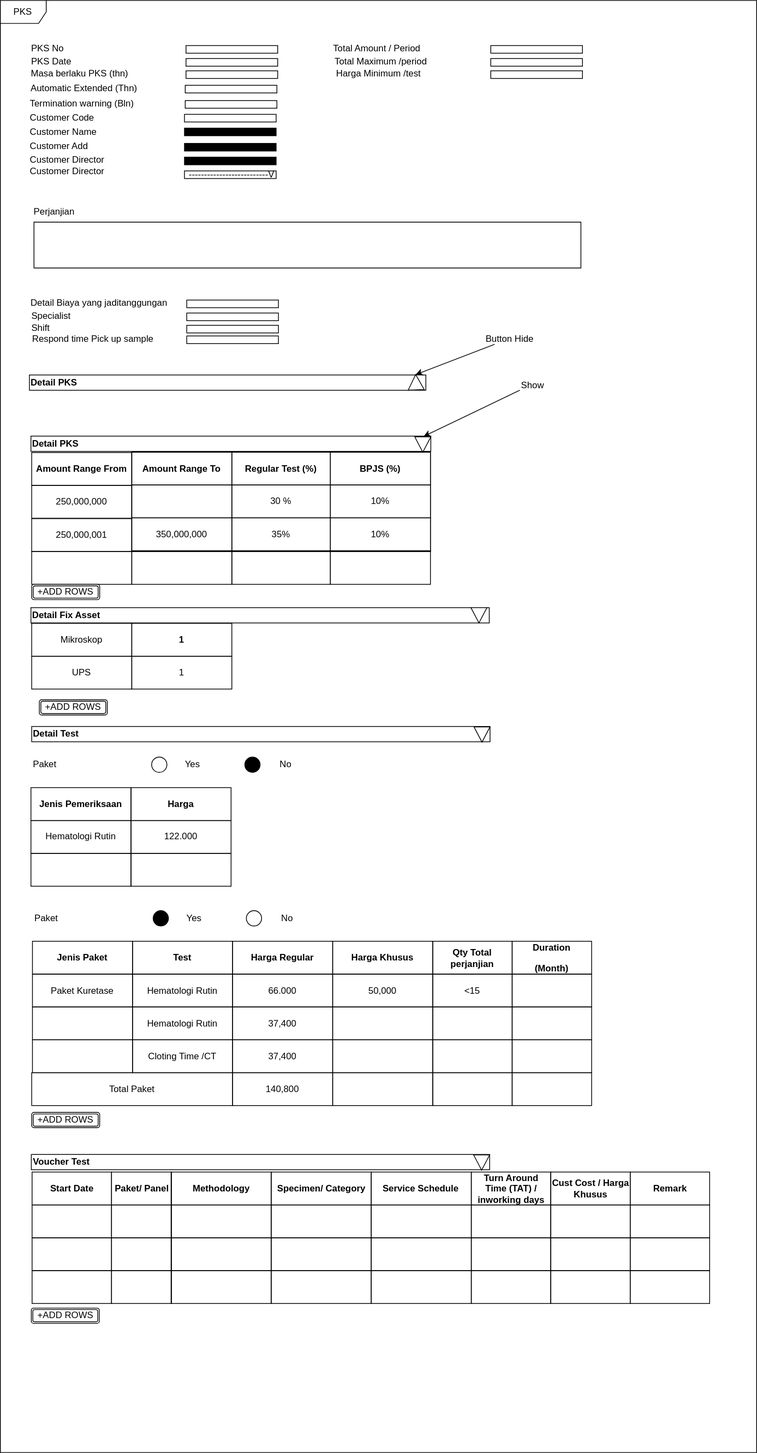
Earlier version of the draw.io export pattern/FSD.svg (riduan-risandi/inno_collection_diagram). Source tidied: cells renumbered, new cells last; positions are measured from the earlier drawing's top-left corner, leaving out a move shared by most shapes.
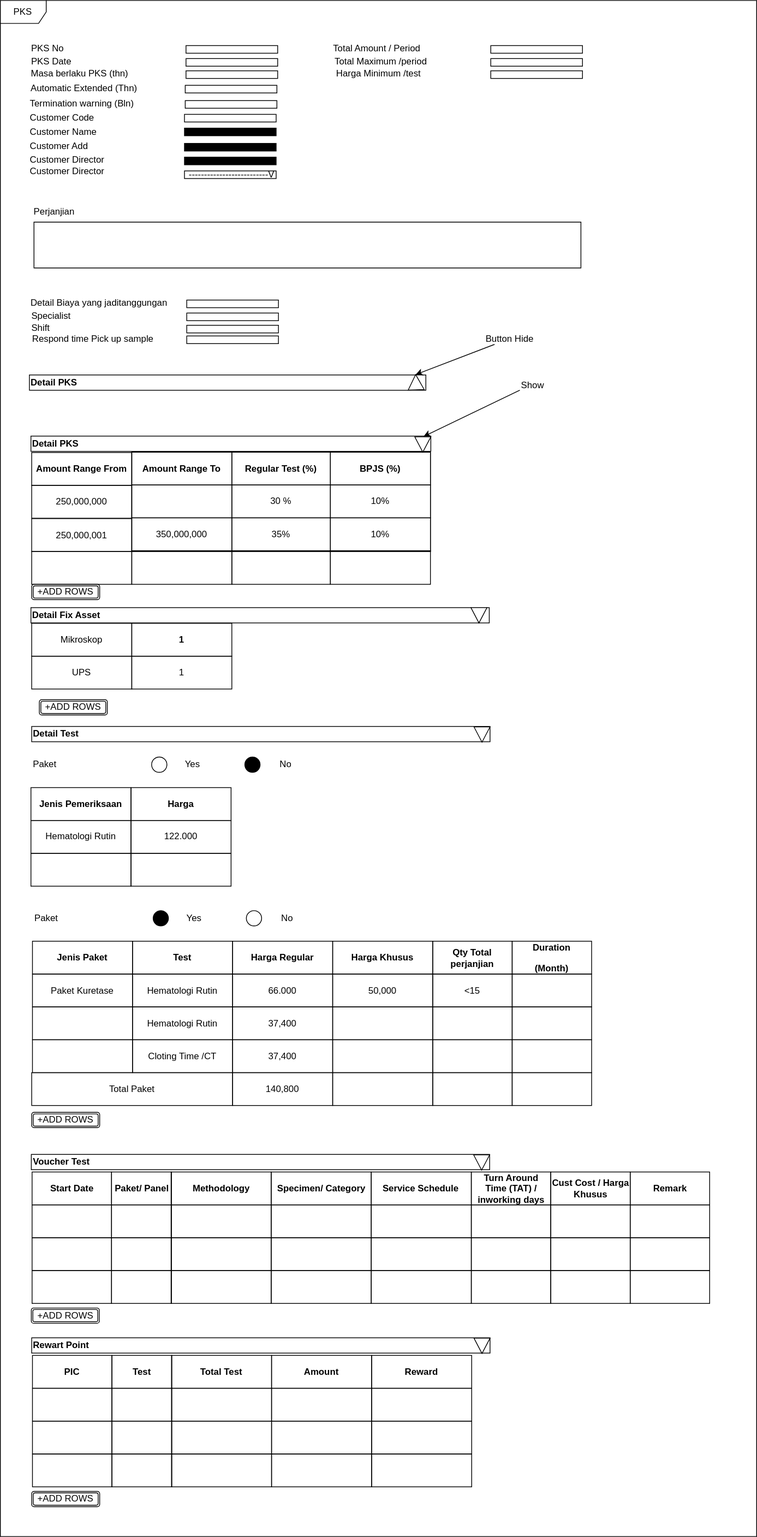
Later version of the same file.

Diff of the diagram source:
```diff
@@ -6,7 +6,7 @@
       <mxGeometry x="38" y="490" width="519" height="20" as="geometry" />
     </mxCell>
     <mxCell id="3" value="PKS" style="shape=umlFrame;whiteSpace=wrap;html=1;" parent="1" vertex="1">
-      <mxGeometry width="990" height="1900" as="geometry" />
+      <mxGeometry width="990" height="2010" as="geometry" />
     </mxCell>
     <mxCell id="4" value="PKS No" style="text;html=1;strokeColor=none;fillColor=none;align=center;verticalAlign=middle;whiteSpace=wrap;rounded=0;" parent="1" vertex="1">
       <mxGeometry x="32" y="57" width="60" height="12" as="geometry" />
@@ -475,5 +475,74 @@
     <mxCell id="158" value="+ADD ROWS" style="shape=ext;double=1;rounded=1;whiteSpace=wrap;html=1;" parent="1" vertex="1">
       <mxGeometry x="40.5" y="1711" width="89" height="20" as="geometry" />
     </mxCell>
+    <mxCell id="159" value="&lt;b&gt;Rewart Point&lt;br&gt;&lt;/b&gt;" style="rounded=0;whiteSpace=wrap;html=1;align=left;" parent="1" vertex="1">
+      <mxGeometry x="41" y="1750" width="600" height="20" as="geometry" />
+    </mxCell>
+    <mxCell id="160" style="triangle;whiteSpace=wrap;html=1;rotation=90;" parent="1" vertex="1">
+      <mxGeometry x="620.5" y="1750" width="20" height="21" as="geometry" />
+    </mxCell>
+    <mxCell id="161" value="&lt;b&gt;Test&lt;/b&gt;" style="strokeColor=inherit;fillColor=none;align=center;whiteSpace=wrap;html=1;" parent="1" vertex="1">
+      <mxGeometry x="146" y="1773" width="78.5" height="43" as="geometry" />
+    </mxCell>
+    <mxCell id="162" value="&lt;b&gt;Total Test&lt;br&gt;&lt;/b&gt;" style="strokeColor=inherit;fillColor=none;align=center;whiteSpace=wrap;html=1;" parent="1" vertex="1">
+      <mxGeometry x="224" y="1773" width="131" height="43" as="geometry" />
+    </mxCell>
+    <mxCell id="163" style="strokeColor=inherit;fillColor=none;align=center;whiteSpace=wrap;html=1;" parent="1" vertex="1">
+      <mxGeometry x="224" y="1816" width="131" height="43" as="geometry" />
+    </mxCell>
+    <mxCell id="164" style="strokeColor=inherit;fillColor=none;align=center;whiteSpace=wrap;html=1;" parent="1" vertex="1">
+      <mxGeometry x="146" y="1816" width="78.5" height="43" as="geometry" />
+    </mxCell>
+    <mxCell id="165" style="strokeColor=inherit;fillColor=none;align=center;whiteSpace=wrap;html=1;" parent="1" vertex="1">
+      <mxGeometry x="146" y="1859" width="78.5" height="43" as="geometry" />
+    </mxCell>
+    <mxCell id="166" style="strokeColor=inherit;fillColor=none;align=center;whiteSpace=wrap;html=1;" parent="1" vertex="1">
+      <mxGeometry x="224" y="1859" width="131" height="43" as="geometry" />
+    </mxCell>
+    <mxCell id="167" value="&lt;b&gt;Amount&lt;/b&gt;" style="strokeColor=inherit;fillColor=none;align=center;whiteSpace=wrap;html=1;" parent="1" vertex="1">
+      <mxGeometry x="355" y="1773" width="131" height="43" as="geometry" />
+    </mxCell>
+    <mxCell id="168" style="strokeColor=inherit;fillColor=none;align=center;whiteSpace=wrap;html=1;" parent="1" vertex="1">
+      <mxGeometry x="355" y="1816" width="131" height="43" as="geometry" />
+    </mxCell>
+    <mxCell id="169" style="strokeColor=inherit;fillColor=none;align=center;whiteSpace=wrap;html=1;" parent="1" vertex="1">
+      <mxGeometry x="355" y="1859" width="131" height="43" as="geometry" />
+    </mxCell>
+    <mxCell id="170" value="&lt;b&gt;Reward&lt;/b&gt;" style="strokeColor=inherit;fillColor=none;align=center;whiteSpace=wrap;html=1;" parent="1" vertex="1">
+      <mxGeometry x="486" y="1773" width="131" height="43" as="geometry" />
+    </mxCell>
+    <mxCell id="171" style="strokeColor=inherit;fillColor=none;align=center;whiteSpace=wrap;html=1;" parent="1" vertex="1">
+      <mxGeometry x="486" y="1816" width="131" height="43" as="geometry" />
+    </mxCell>
+    <mxCell id="172" style="strokeColor=inherit;fillColor=none;align=center;whiteSpace=wrap;html=1;" parent="1" vertex="1">
+      <mxGeometry x="486" y="1859" width="131" height="43" as="geometry" />
+    </mxCell>
+    <mxCell id="173" style="strokeColor=inherit;fillColor=none;align=center;whiteSpace=wrap;html=1;" parent="1" vertex="1">
+      <mxGeometry x="146" y="1902" width="78.5" height="43" as="geometry" />
+    </mxCell>
+    <mxCell id="174" style="strokeColor=inherit;fillColor=none;align=center;whiteSpace=wrap;html=1;" parent="1" vertex="1">
+      <mxGeometry x="224" y="1902" width="131" height="43" as="geometry" />
+    </mxCell>
+    <mxCell id="175" style="strokeColor=inherit;fillColor=none;align=center;whiteSpace=wrap;html=1;" parent="1" vertex="1">
+      <mxGeometry x="355" y="1902" width="131" height="43" as="geometry" />
+    </mxCell>
+    <mxCell id="176" style="strokeColor=inherit;fillColor=none;align=center;whiteSpace=wrap;html=1;" parent="1" vertex="1">
+      <mxGeometry x="486" y="1902" width="131" height="43" as="geometry" />
+    </mxCell>
+    <mxCell id="177" value="&lt;b&gt;PIC&lt;/b&gt;" style="strokeColor=inherit;fillColor=none;align=center;whiteSpace=wrap;html=1;" parent="1" vertex="1">
+      <mxGeometry x="42" y="1773" width="104" height="43" as="geometry" />
+    </mxCell>
+    <mxCell id="178" style="strokeColor=inherit;fillColor=none;align=center;whiteSpace=wrap;html=1;" parent="1" vertex="1">
+      <mxGeometry x="42" y="1816" width="104" height="43" as="geometry" />
+    </mxCell>
+    <mxCell id="179" style="strokeColor=inherit;fillColor=none;align=center;whiteSpace=wrap;html=1;" parent="1" vertex="1">
+      <mxGeometry x="42" y="1859" width="104" height="43" as="geometry" />
+    </mxCell>
+    <mxCell id="180" style="strokeColor=inherit;fillColor=none;align=center;whiteSpace=wrap;html=1;" parent="1" vertex="1">
+      <mxGeometry x="42" y="1902" width="104" height="43" as="geometry" />
+    </mxCell>
+    <mxCell id="181" value="+ADD ROWS" style="shape=ext;double=1;rounded=1;whiteSpace=wrap;html=1;" parent="1" vertex="1">
+      <mxGeometry x="41" y="1951" width="89" height="20" as="geometry" />
+    </mxCell>
   </root>
 </mxGraphModel>
```
